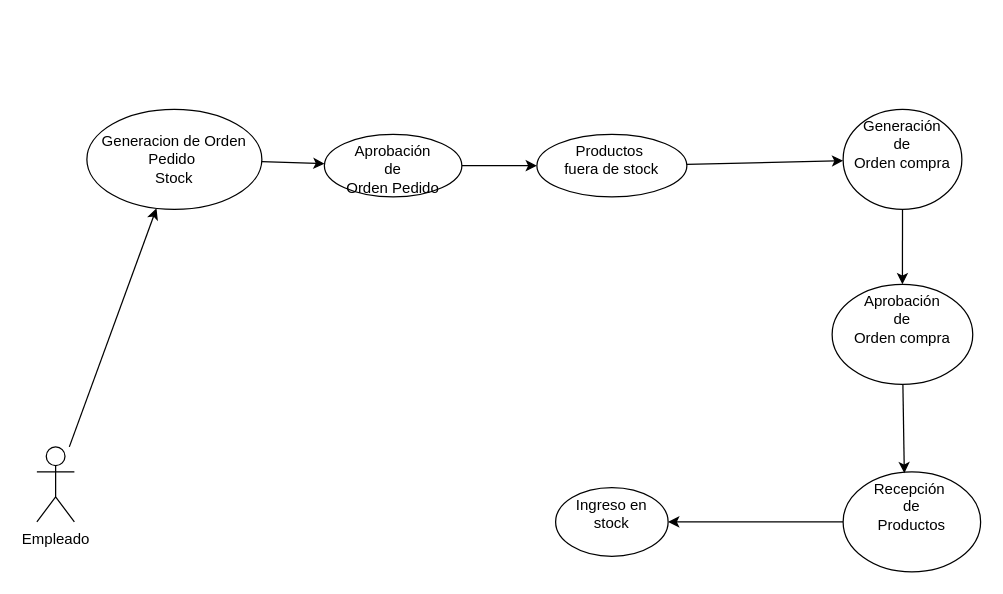
Above: Diagram_OrdenPedidoStock.drawio in josedtl/Diagrama (draw.io), before the change. Source tidied: cells renumbered, new cells numbered last; positions are measured from the earlier drawing's top-left corner, leaving out a move shared by most shapes. Both pictures are drawn from the tidied source at 125%, with x=0, y=0 at pixel (36, 109).
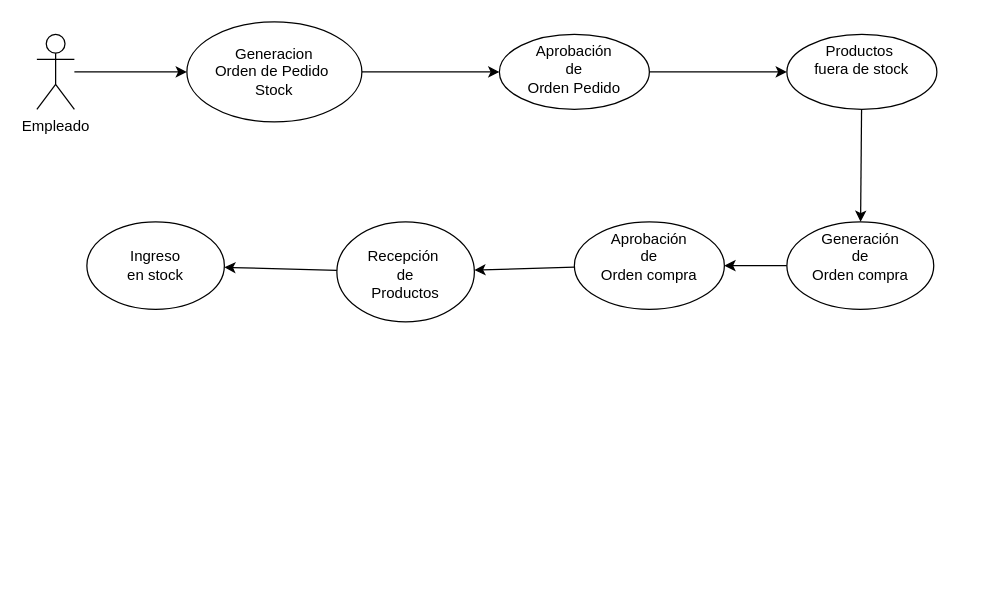
After the change.

Diff of the diagram source:
```diff
@@
 <mxGraphModel>
   <root>
     <mxCell id="0" />
     <mxCell id="1" parent="0" />
     <mxCell id="2" style="edgeStyle=none;html=1;" parent="1" edge="1" source="3" target="5">
       <mxGeometry relative="1" as="geometry" />
     </mxCell>
     <mxCell id="3" value="Empleado" style="shape=umlActor;verticalLabelPosition=bottom;verticalAlign=top;html=1;outlineConnect=0;" parent="1" vertex="1">
-      <mxGeometry y="270" width="30" height="60" as="geometry" />
+      <mxGeometry y="-60" width="30" height="60" as="geometry" />
     </mxCell>
     <mxCell id="4" style="edgeStyle=none;html=1;" parent="1" edge="1" source="5" target="7">
       <mxGeometry relative="1" as="geometry" />
     </mxCell>
-    <mxCell id="5" value="Generacion de Orden Pedido&amp;nbsp;&lt;br&gt;Stock" style="ellipse;whiteSpace=wrap;html=1;" parent="1" vertex="1">
-      <mxGeometry x="40" width="140" height="80" as="geometry" />
+    <mxCell id="5" value="Generacion &lt;br&gt;Orden de Pedido&amp;nbsp;&lt;br&gt;Stock" style="ellipse;whiteSpace=wrap;html=1;" parent="1" vertex="1">
+      <mxGeometry x="120" y="-70" width="140" height="80" as="geometry" />
     </mxCell>
     <mxCell id="6" style="edgeStyle=none;html=1;" parent="1" edge="1" source="7" target="14">
       <mxGeometry relative="1" as="geometry" />
     </mxCell>
     <mxCell id="7" value="Aprobación&lt;br&gt;de&lt;br&gt;Orden Pedido" style="ellipse;whiteSpace=wrap;html=1;verticalAlign=top;" parent="1" vertex="1">
-      <mxGeometry x="230" y="20" width="110" height="50" as="geometry" />
+      <mxGeometry x="370" y="-60" width="120" height="60" as="geometry" />
     </mxCell>
-    <mxCell id="8" value="Ingreso en stock" style="ellipse;whiteSpace=wrap;html=1;verticalAlign=top;" parent="1" vertex="1">
-      <mxGeometry x="415" y="302.5" width="90" height="55" as="geometry" />
+    <mxCell id="8" value="&lt;br&gt;Ingreso &lt;br&gt;en stock" style="ellipse;whiteSpace=wrap;html=1;verticalAlign=top;" parent="1" vertex="1">
+      <mxGeometry x="40" y="90" width="110" height="70" as="geometry" />
     </mxCell>
     <mxCell id="9" style="edgeStyle=none;html=1;" parent="1" edge="1" source="10" target="16">
       <mxGeometry relative="1" as="geometry" />
     </mxCell>
     <mxCell id="10" value="Generación&lt;br&gt;de&lt;br&gt;Orden compra" style="ellipse;whiteSpace=wrap;html=1;verticalAlign=top;" parent="1" vertex="1">
-      <mxGeometry x="645" width="95" height="80" as="geometry" />
+      <mxGeometry x="600" y="90" width="117.5" height="70" as="geometry" />
     </mxCell>
     <mxCell id="11" style="edgeStyle=none;html=1;" parent="1" edge="1" source="12" target="8">
       <mxGeometry relative="1" as="geometry" />
     </mxCell>
-    <mxCell id="12" value="Recepción&amp;nbsp;&lt;br&gt;de&lt;br&gt;Productos" style="ellipse;whiteSpace=wrap;html=1;verticalAlign=top;" parent="1" vertex="1">
-      <mxGeometry x="645" y="290" width="110" height="80" as="geometry" />
+    <mxCell id="12" value="&lt;br&gt;Recepción&amp;nbsp;&lt;br&gt;de&lt;br&gt;Productos" style="ellipse;whiteSpace=wrap;html=1;verticalAlign=top;" parent="1" vertex="1">
+      <mxGeometry x="240" y="90" width="110" height="80" as="geometry" />
     </mxCell>
     <mxCell id="13" style="edgeStyle=none;html=1;" parent="1" edge="1" source="14" target="10">
       <mxGeometry relative="1" as="geometry" />
     </mxCell>
     <mxCell id="14" value="Productos&amp;nbsp;&lt;br&gt;fuera de stock" style="ellipse;whiteSpace=wrap;html=1;verticalAlign=top;" parent="1" vertex="1">
-      <mxGeometry x="400" y="20" width="120" height="50" as="geometry" />
+      <mxGeometry x="600" y="-60" width="120" height="60" as="geometry" />
     </mxCell>
-    <mxCell id="15" style="edgeStyle=none;html=1;entryX=0.445;entryY=0.013;entryDx=0;entryDy=0;entryPerimeter=0;" parent="1" edge="1" source="16" target="12">
+    <mxCell id="15" style="edgeStyle=none;html=1;" parent="1" edge="1" source="16" target="12">
       <mxGeometry relative="1" as="geometry" />
     </mxCell>
     <mxCell id="16" value="Aprobación&lt;br&gt;de&lt;br&gt;Orden compra" style="ellipse;whiteSpace=wrap;html=1;verticalAlign=top;" parent="1" vertex="1">
-      <mxGeometry x="636.2" y="140" width="112.5" height="80" as="geometry" />
+      <mxGeometry x="430" y="90" width="120" height="70" as="geometry" />
     </mxCell>
   </root>
 </mxGraphModel>
```
